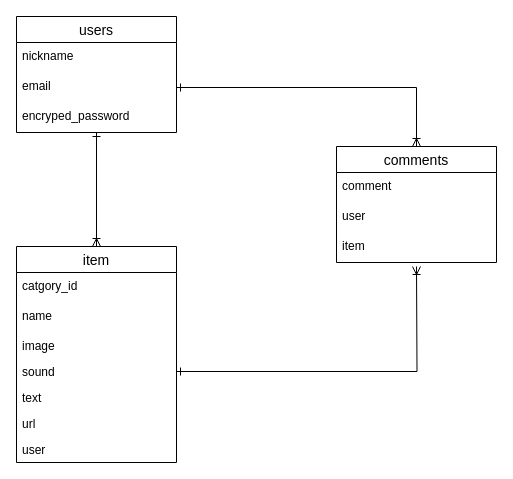
This is sound-review.dio from sugiryota/Review, a draw.io file, before an edit. Source tidied: cells renumbered, new cells numbered last; positions are measured from the earlier drawing's top-left corner, leaving out a move shared by most shapes. Both pictures are drawn from the tidied source at 100%, with x=0, y=0 at pixel (16, 16).
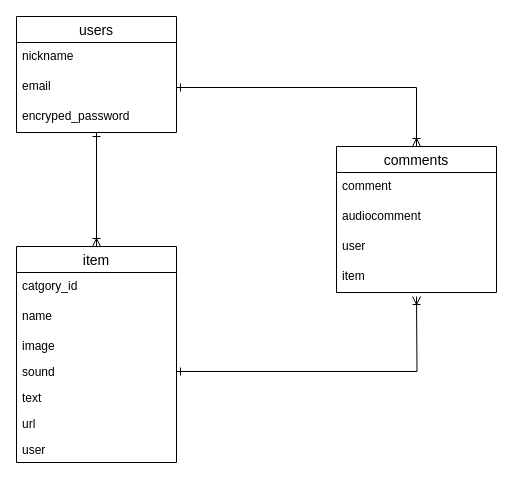
The same diagram, later.

Unchanged cells that the change refers to:
```xml
<mxCell id="11" value="sound" style="text;strokeColor=none;fillColor=none;spacingLeft=4;spacingRight=4;overflow=hidden;points=[[0,0.5],[1,0.5]];portConstraint=eastwest;fontSize=12;" parent="7" vertex="1">
  <mxGeometry y="112" width="160" height="26" as="geometry" />
</mxCell>
```

Diff of the diagram source:
```diff
@@
     <mxCell id="15" value="comments" style="swimlane;fontStyle=0;horizontal=1;startSize=26;align=center;fontSize=14;" parent="1" vertex="1">
-      <mxGeometry x="320" y="130" width="160" height="116" as="geometry" />
+      <mxGeometry x="320" y="130" width="160" height="146" as="geometry" />
     </mxCell>
@@
+    <mxCell id="21" value="audiocomment&#10;" style="text;strokeColor=none;fillColor=none;spacingLeft=4;spacingRight=4;overflow=hidden;fontSize=12;" parent="15" vertex="1">
+      <mxGeometry y="56" width="160" height="30" as="geometry" />
+    </mxCell>
     <mxCell id="17" value="user" style="text;strokeColor=none;fillColor=none;spacingLeft=4;spacingRight=4;overflow=hidden;fontSize=12;" parent="15" vertex="1">
-      <mxGeometry y="56" width="160" height="30" as="geometry" />
+      <mxGeometry y="86" width="160" height="30" as="geometry" />
     </mxCell>
     <mxCell id="18" value="item" style="text;strokeColor=none;fillColor=none;spacingLeft=4;spacingRight=4;overflow=hidden;fontSize=12;" parent="15" vertex="1">
-      <mxGeometry y="86" width="160" height="30" as="geometry" />
+      <mxGeometry y="116" width="160" height="30" as="geometry" />
     </mxCell>
     <mxCell id="19" style="edgeStyle=orthogonalEdgeStyle;rounded=0;jettySize=auto;html=1;startArrow=ERone;startFill=0;endArrow=ERoneToMany;endFill=0;" parent="1" edge="1" source="11">
       <mxGeometry relative="1" as="geometry">
-        <mxPoint x="400" y="250" as="targetPoint" />
+        <mxPoint x="400" y="280" as="targetPoint" />
       </mxGeometry>
     </mxCell>
```
